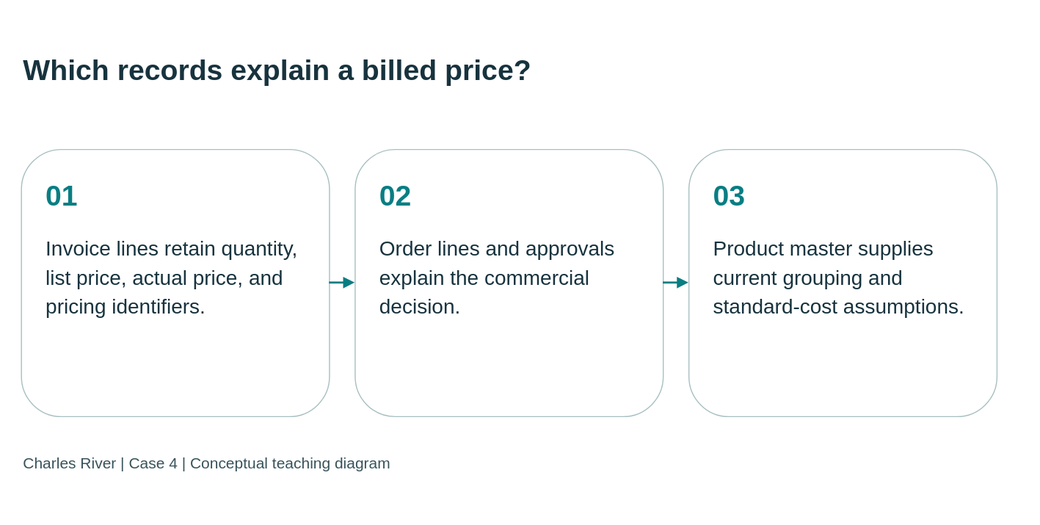
mmcodesso/CharlesRiver_Database keeps this draw.io diagram as static/diagrams/cases/case04-relationships.svg. Above is the earlier version. Source tidied: cells renumbered, new cells last; positions are measured from the earlier drawing's top-left corner, leaving out a move shared by most shapes. Its diagram source:
```xml
<mxGraphModel background="#f5f5ee">
  <root>
    <mxCell id="0" />
    <mxCell id="1" parent="0" />
    <mxCell id="2" value="Which records explain a billed price?" style="text;html=0;strokeColor=none;fillColor=none;align=left;verticalAlign=middle;whiteSpace=wrap;fontSize=28;fontStyle=1;fontColor=#17333e;fontFamily=Arial;" parent="1" vertex="1">
      <mxGeometry width="950" height="95" as="geometry" />
    </mxCell>
    <mxCell id="3" value="&lt;div style=&quot;font-size:28px;color:#087e83;font-weight:bold;margin-bottom:20px&quot;&gt;01&lt;/div&gt;&lt;div style=&quot;font-size:20px;line-height:1.4&quot;&gt;Invoice lines retain quantity, list price, actual price, and pricing identifiers.&lt;/div&gt;" style="rounded=1;whiteSpace=wrap;html=1;fillColor=#ffffff;strokeColor=#a8bfc1;fontColor=#17333e;align=left;verticalAlign=top;spacing=24;fontFamily=Arial;fontSize=20;" parent="1" vertex="1">
      <mxGeometry y="125" width="300" height="260" as="geometry" />
    </mxCell>
    <mxCell id="4" value="&lt;div style=&quot;font-size:28px;color:#087e83;font-weight:bold;margin-bottom:20px&quot;&gt;02&lt;/div&gt;&lt;div style=&quot;font-size:20px;line-height:1.4&quot;&gt;Order lines and approvals explain the commercial decision.&lt;/div&gt;" style="rounded=1;whiteSpace=wrap;html=1;fillColor=#ffffff;strokeColor=#a8bfc1;fontColor=#17333e;align=left;verticalAlign=top;spacing=24;fontFamily=Arial;fontSize=20;" parent="1" vertex="1">
      <mxGeometry x="325" y="125" width="300" height="260" as="geometry" />
    </mxCell>
    <mxCell id="5" value="&lt;div style=&quot;font-size:28px;color:#087e83;font-weight:bold;margin-bottom:20px&quot;&gt;03&lt;/div&gt;&lt;div style=&quot;font-size:20px;line-height:1.4&quot;&gt;Product master supplies current grouping and standard-cost assumptions.&lt;/div&gt;" style="rounded=1;whiteSpace=wrap;html=1;fillColor=#ffffff;strokeColor=#a8bfc1;fontColor=#17333e;align=left;verticalAlign=top;spacing=24;fontFamily=Arial;fontSize=20;" parent="1" vertex="1">
      <mxGeometry x="650" y="125" width="300" height="260" as="geometry" />
    </mxCell>
    <mxCell id="6" style="edgeStyle=orthogonalEdgeStyle;rounded=0;html=1;endArrow=block;endFill=1;strokeColor=#087e83;strokeWidth=2;" parent="1" edge="1" source="3" target="4">
      <mxGeometry relative="1" as="geometry" />
    </mxCell>
    <mxCell id="7" style="edgeStyle=orthogonalEdgeStyle;rounded=0;html=1;endArrow=block;endFill=1;strokeColor=#087e83;strokeWidth=2;" parent="1" edge="1" source="4" target="5">
      <mxGeometry relative="1" as="geometry" />
    </mxCell>
    <mxCell id="8" value="Charles River | Case 4 | Conceptual teaching diagram" style="text;html=0;strokeColor=none;fillColor=none;align=left;fontSize=15;fontColor=#38535b;fontFamily=Arial;" parent="1" vertex="1">
      <mxGeometry y="415" width="950" height="35" as="geometry" />
    </mxCell>
  </root>
</mxGraphModel>
```
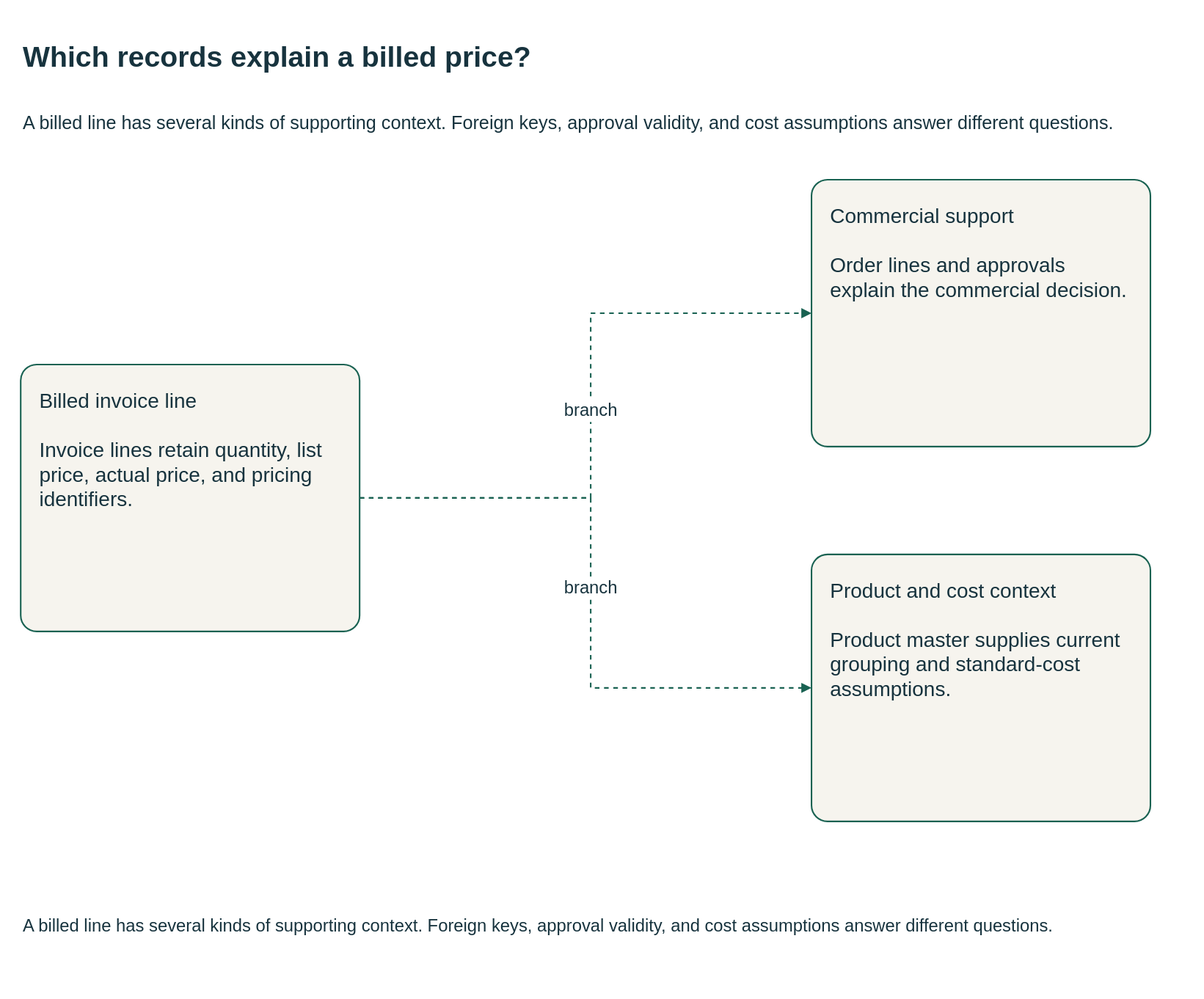
Later version of the same file.

Change to the diagram source:
```diff
@@ -1,27 +1,40 @@
-<mxGraphModel background="#f5f5ee">
+<mxGraphModel background="#FFFFFF">
   <root>
     <mxCell id="0" />
     <mxCell id="1" parent="0" />
-    <mxCell id="2" value="Which records explain a billed price?" style="text;html=0;strokeColor=none;fillColor=none;align=left;verticalAlign=middle;whiteSpace=wrap;fontSize=28;fontStyle=1;fontColor=#17333e;fontFamily=Arial;" parent="1" vertex="1">
-      <mxGeometry width="950" height="95" as="geometry" />
+    <mxCell id="2" value="Which records explain a billed price?" style="html=0;fontFamily=Arial;fontSize=20;fontColor=#17333e;strokeColor=#196252;strokeWidth=1.5;whiteSpace=wrap;text;strokeColor=none;fillColor=none;align=left;verticalAlign=middle;fontSize=28;fontStyle=1;" parent="1" vertex="1">
+      <mxGeometry y="-10" width="1110" height="70" as="geometry" />
     </mxCell>
+    <mxCell id="9" value="A billed line has several kinds of supporting context. Foreign keys, approval validity, and cost assumptions answer different questions." style="html=0;fontFamily=Arial;fontSize=20;fontColor=#17333e;strokeColor=#196252;strokeWidth=1.5;whiteSpace=wrap;text;strokeColor=none;fillColor=none;align=left;verticalAlign=middle;fontSize=18;fontStyle=0;" parent="1" vertex="1">
+      <mxGeometry y="62" width="1110" height="55" as="geometry" />
+    </mxCell>
-    <mxCell id="3" value="&lt;div style=&quot;font-size:28px;color:#087e83;font-weight:bold;margin-bottom:20px&quot;&gt;01&lt;/div&gt;&lt;div style=&quot;font-size:20px;line-height:1.4&quot;&gt;Invoice lines retain quantity, list price, actual price, and pricing identifiers.&lt;/div&gt;" style="rounded=1;whiteSpace=wrap;html=1;fillColor=#ffffff;strokeColor=#a8bfc1;fontColor=#17333e;align=left;verticalAlign=top;spacing=24;fontFamily=Arial;fontSize=20;" parent="1" vertex="1">
-      <mxGeometry y="125" width="300" height="260" as="geometry" />
+    <mxCell id="3" value="Billed invoice line&#10;&#10;Invoice lines retain quantity, list price, actual price, and pricing identifiers." style="html=0;fontFamily=Arial;fontSize=20;fontColor=#17333e;strokeColor=#196252;strokeWidth=1.5;whiteSpace=wrap;rounded=1;arcSize=6;fillColor=#f6f4ee;align=left;verticalAlign=top;spacing=18;" parent="1" vertex="1">
+      <mxGeometry y="325" width="330" height="260" as="geometry" />
     </mxCell>
-    <mxCell id="4" value="&lt;div style=&quot;font-size:28px;color:#087e83;font-weight:bold;margin-bottom:20px&quot;&gt;02&lt;/div&gt;&lt;div style=&quot;font-size:20px;line-height:1.4&quot;&gt;Order lines and approvals explain the commercial decision.&lt;/div&gt;" style="rounded=1;whiteSpace=wrap;html=1;fillColor=#ffffff;strokeColor=#a8bfc1;fontColor=#17333e;align=left;verticalAlign=top;spacing=24;fontFamily=Arial;fontSize=20;" parent="1" vertex="1">
-      <mxGeometry x="325" y="125" width="300" height="260" as="geometry" />
+    <mxCell id="4" value="Commercial support&#10;&#10;Order lines and approvals explain the commercial decision." style="html=0;fontFamily=Arial;fontSize=20;fontColor=#17333e;strokeColor=#196252;strokeWidth=1.5;whiteSpace=wrap;rounded=1;arcSize=6;fillColor=#f6f4ee;align=left;verticalAlign=top;spacing=18;" parent="1" vertex="1">
+      <mxGeometry x="770" y="145" width="330" height="260" as="geometry" />
     </mxCell>
-    <mxCell id="5" value="&lt;div style=&quot;font-size:28px;color:#087e83;font-weight:bold;margin-bottom:20px&quot;&gt;03&lt;/div&gt;&lt;div style=&quot;font-size:20px;line-height:1.4&quot;&gt;Product master supplies current grouping and standard-cost assumptions.&lt;/div&gt;" style="rounded=1;whiteSpace=wrap;html=1;fillColor=#ffffff;strokeColor=#a8bfc1;fontColor=#17333e;align=left;verticalAlign=top;spacing=24;fontFamily=Arial;fontSize=20;" parent="1" vertex="1">
-      <mxGeometry x="650" y="125" width="300" height="260" as="geometry" />
+    <mxCell id="5" value="Product and cost context&#10;&#10;Product master supplies current grouping and standard-cost assumptions." style="html=0;fontFamily=Arial;fontSize=20;fontColor=#17333e;strokeColor=#196252;strokeWidth=1.5;whiteSpace=wrap;rounded=1;arcSize=6;fillColor=#f6f4ee;align=left;verticalAlign=top;spacing=18;" parent="1" vertex="1">
+      <mxGeometry x="770" y="510" width="330" height="260" as="geometry" />
     </mxCell>
-    <mxCell id="6" style="edgeStyle=orthogonalEdgeStyle;rounded=0;html=1;endArrow=block;endFill=1;strokeColor=#087e83;strokeWidth=2;" parent="1" edge="1" source="3" target="4">
-      <mxGeometry relative="1" as="geometry" />
+    <mxCell id="6" value="branch" style="html=0;fontFamily=Arial;fontSize=20;fontColor=#17333e;strokeColor=#196252;strokeWidth=1.5;whiteSpace=wrap;edgeStyle=orthogonalEdgeStyle;rounded=0;fillColor=none;fontSize=17;labelBackgroundColor=#FFFFFF;startArrow=none;endArrow=block;endFill=1;dashed=1;exitX=1;exitY=0.5;entryX=0;entryY=0.5;" parent="1" edge="1" source="3" target="4">
+      <mxGeometry relative="1" as="geometry">
+        <Array as="points">
+          <mxPoint x="555" y="455" />
+          <mxPoint x="555" y="275" />
+        </Array>
+      </mxGeometry>
     </mxCell>
-    <mxCell id="7" style="edgeStyle=orthogonalEdgeStyle;rounded=0;html=1;endArrow=block;endFill=1;strokeColor=#087e83;strokeWidth=2;" parent="1" edge="1" source="4" target="5">
-      <mxGeometry relative="1" as="geometry" />
+    <mxCell id="7" value="branch" style="html=0;fontFamily=Arial;fontSize=20;fontColor=#17333e;strokeColor=#196252;strokeWidth=1.5;whiteSpace=wrap;edgeStyle=orthogonalEdgeStyle;rounded=0;fillColor=none;fontSize=17;labelBackgroundColor=#FFFFFF;startArrow=none;endArrow=block;endFill=1;dashed=1;exitX=1;exitY=0.5;entryX=0;entryY=0.5;" parent="1" edge="1" source="3" target="5">
+      <mxGeometry relative="1" as="geometry">
+        <Array as="points">
+          <mxPoint x="555" y="455" />
+          <mxPoint x="555" y="640" />
+        </Array>
+      </mxGeometry>
     </mxCell>
-    <mxCell id="8" value="Charles River | Case 4 | Conceptual teaching diagram" style="text;html=0;strokeColor=none;fillColor=none;align=left;fontSize=15;fontColor=#38535b;fontFamily=Arial;" parent="1" vertex="1">
-      <mxGeometry y="415" width="950" height="35" as="geometry" />
+    <mxCell id="8" value="A billed line has several kinds of supporting context. Foreign keys, approval validity, and cost assumptions answer different questions." style="html=0;fontFamily=Arial;fontSize=20;fontColor=#17333e;strokeColor=#196252;strokeWidth=1.5;whiteSpace=wrap;text;strokeColor=none;fillColor=none;align=left;verticalAlign=middle;fontSize=17;fontStyle=0;" parent="1" vertex="1">
+      <mxGeometry y="842" width="1110" height="60" as="geometry" />
     </mxCell>
   </root>
 </mxGraphModel>
```
